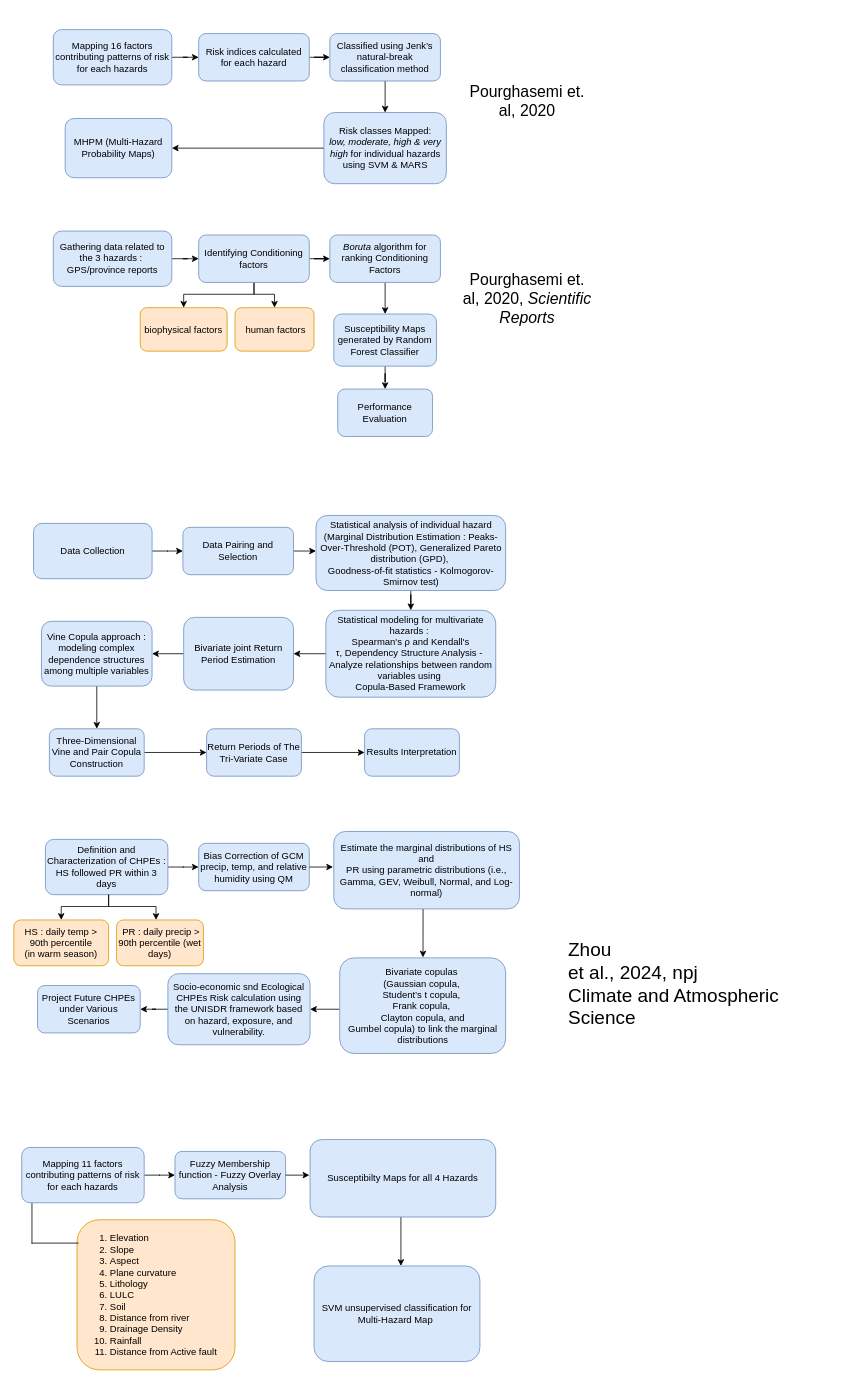
This is ICARS.drawio from rachitiirs/ICARS, a draw.io file, before an edit. Source tidied: cells renumbered, new cells numbered last; positions are measured from the earlier drawing's top-left corner, leaving out a move shared by most shapes. Both pictures are drawn from the tidied source at 79%, with x=0, y=0 at pixel (13, 29).
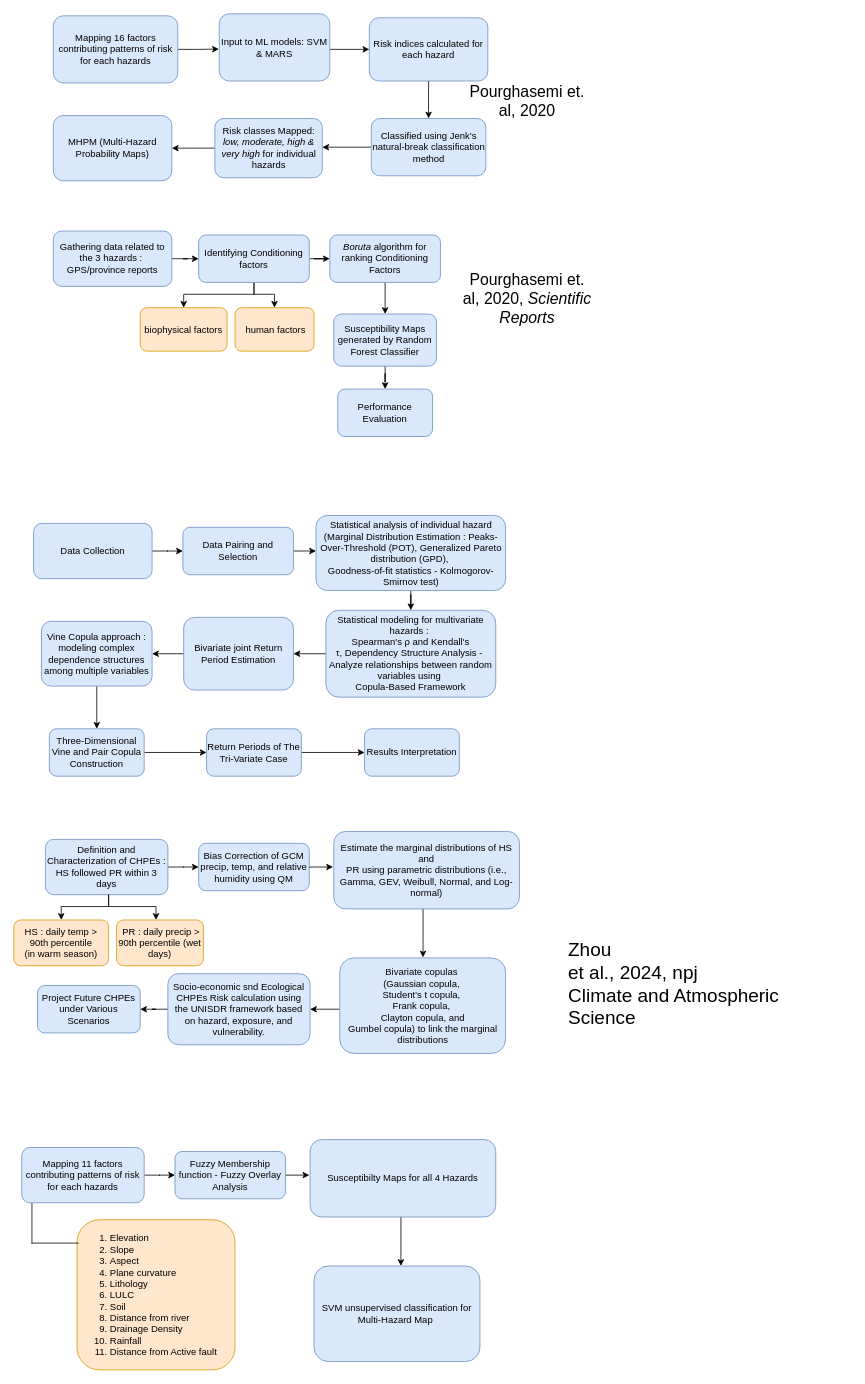
The same diagram, later.

What changed in the source:
```diff
@@
-    <mxCell id="2" style="edgeStyle=orthogonalEdgeStyle;rounded=0;jettySize=auto;html=1;entryX=0;entryY=0.5;entryDx=0;entryDy=0;" parent="1" edge="1" source="3" target="5">
+    <mxCell id="2" style="edgeStyle=orthogonalEdgeStyle;rounded=0;jettySize=auto;html=1;entryX=-0.003;entryY=0.525;entryDx=0;entryDy=0;entryPerimeter=0;" parent="1" edge="1" source="3" target="9">
       <mxGeometry relative="1" as="geometry" />
     </mxCell>
     <mxCell id="3" value="Mapping 16 factors contributing patterns of risk for each hazards" style="rounded=1;whiteSpace=wrap;html=1;fontSize=12;glass=0;strokeWidth=1;shadow=0;fillColor=#dae8fc;strokeColor=#6c8ebf;" parent="1" vertex="1">
-      <mxGeometry x="50" width="150" height="70" as="geometry" />
+      <mxGeometry x="50" y="-17.5" width="157.5" height="85" as="geometry" />
     </mxCell>
@@
     <mxCell id="5" value="&lt;div&gt;Risk indices calculated for each hazard&lt;/div&gt;" style="rounded=1;whiteSpace=wrap;html=1;fontSize=12;glass=0;strokeWidth=1;shadow=0;fillColor=#dae8fc;strokeColor=#6c8ebf;" parent="1" vertex="1">
-      <mxGeometry x="234" y="5" width="140" height="60" as="geometry" />
+      <mxGeometry x="450" y="-15" width="150" height="80" as="geometry" />
     </mxCell>
-    <mxCell id="6" style="edgeStyle=orthogonalEdgeStyle;rounded=0;jettySize=auto;html=1;" parent="1" edge="1" source="7" target="9">
-      <mxGeometry relative="1" as="geometry" />
-    </mxCell>
+    <mxCell id="68" style="edgeStyle=orthogonalEdgeStyle;rounded=0;jettySize=auto;html=1;" parent="1" edge="1" source="7" target="71">
+      <mxGeometry relative="1" as="geometry">
+        <Array as="points">
+          <mxPoint x="410" y="149" />
+          <mxPoint x="410" y="149" />
+        </Array>
+      </mxGeometry>
+    </mxCell>
     <mxCell id="7" value="&lt;div&gt;&lt;span style=&quot;background-color: initial;&quot;&gt;Classified using Jenk’s natural-break classification method&lt;/span&gt;&lt;/div&gt;" style="rounded=1;whiteSpace=wrap;html=1;fontSize=12;glass=0;strokeWidth=1;shadow=0;fillColor=#dae8fc;strokeColor=#6c8ebf;" parent="1" vertex="1">
-      <mxGeometry x="400" y="5" width="140" height="60" as="geometry" />
+      <mxGeometry x="452.5" y="112.5" width="145" height="72.5" as="geometry" />
     </mxCell>
-    <mxCell id="8" style="edgeStyle=orthogonalEdgeStyle;rounded=0;jettySize=auto;html=1;" parent="1" edge="1" source="9" target="24">
-      <mxGeometry relative="1" as="geometry" />
-    </mxCell>
+    <mxCell id="69" style="edgeStyle=orthogonalEdgeStyle;rounded=0;jettySize=auto;html=1;entryX=0;entryY=0.5;entryDx=0;entryDy=0;" parent="1" edge="1" source="9" target="5">
+      <mxGeometry relative="1" as="geometry">
+        <Array as="points">
+          <mxPoint x="440" y="25" />
+          <mxPoint x="440" y="25" />
+        </Array>
+      </mxGeometry>
+    </mxCell>
-    <mxCell id="9" value="Risk classes Mapped:&lt;div&gt;&lt;i&gt;low,&amp;nbsp;&lt;/i&gt;&lt;span style=&quot;background-color: initial;&quot;&gt;&lt;i&gt;moderate, high &amp;amp; very high &lt;/i&gt;for individual hazards using SVM &amp;amp; MARS&lt;/span&gt;&lt;/div&gt;" style="whiteSpace=wrap;html=1;rounded=1;glass=0;strokeWidth=1;shadow=0;fillColor=#dae8fc;strokeColor=#6c8ebf;" parent="1" vertex="1">
-      <mxGeometry x="392.5" y="105" width="155" height="90" as="geometry" />
+    <mxCell id="9" value="Input to ML models:&lt;span style=&quot;background-color: initial;&quot;&gt;&amp;nbsp;SVM &amp;amp; MARS&lt;/span&gt;" style="whiteSpace=wrap;html=1;rounded=1;glass=0;strokeWidth=1;shadow=0;fillColor=#dae8fc;strokeColor=#6c8ebf;" parent="1" vertex="1">
+      <mxGeometry x="260" y="-20" width="140" height="85" as="geometry" />
     </mxCell>
@@
     <mxCell id="24" value="MHPM (Multi-Hazard Probability Maps)" style="whiteSpace=wrap;html=1;fillColor=#dae8fc;strokeColor=#6c8ebf;rounded=1;glass=0;strokeWidth=1;shadow=0;" parent="1" vertex="1">
-      <mxGeometry x="65" y="112.5" width="135" height="75" as="geometry" />
+      <mxGeometry x="50" y="108.8" width="150" height="82.5" as="geometry" />
     </mxCell>
@@
+    <mxCell id="70" style="edgeStyle=orthogonalEdgeStyle;rounded=0;jettySize=auto;html=1;entryX=1;entryY=0.5;entryDx=0;entryDy=0;" parent="1" edge="1" source="71" target="24">
+      <mxGeometry relative="1" as="geometry" />
+    </mxCell>
+    <mxCell id="71" value="Risk classes Mapped:&lt;div&gt;&lt;i&gt;low,&amp;nbsp;&lt;/i&gt;&lt;span style=&quot;background-color: initial;&quot;&gt;&lt;i&gt;moderate, high &amp;amp; very high&amp;nbsp;&lt;/i&gt;for individual hazards&lt;/span&gt;&lt;/div&gt;" style="whiteSpace=wrap;html=1;fillColor=#dae8fc;strokeColor=#6c8ebf;rounded=1;glass=0;strokeWidth=1;shadow=0;" parent="1" vertex="1">
+      <mxGeometry x="254.5" y="112.5" width="136" height="75" as="geometry" />
+    </mxCell>
```
